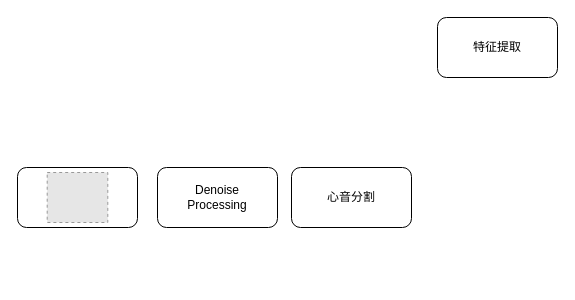
lhwjsj/Diagram keeps this draw.io diagram as 颈动脉心音.drawio. Above is the earlier version. Source tidied: cells renumbered, new cells numbered last; positions are measured from the earlier drawing's top-left corner, leaving out a move shared by most shapes. Both pictures are drawn from the tidied source at 100%, with x=0, y=0 at pixel (17, 17). Pictures stored in the file or linked from it are replaced by grey dashed boxes.
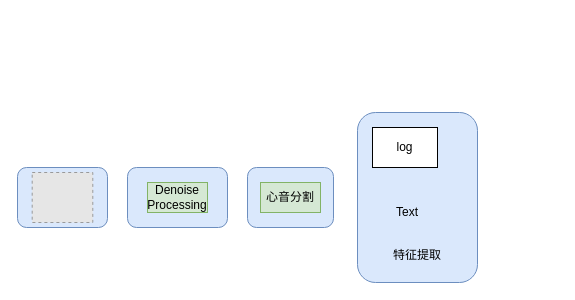
Above is the later version.

Commit message (it also covers changes not shown here):
更新颈动脉心音.drawio

The edit, as a diff of the source:
```diff
@@
 <mxGraphModel>
   <root>
     <mxCell id="0" />
     <mxCell id="1" parent="0" />
-    <mxCell id="2" style="rounded=1;whiteSpace=wrap;html=1;" parent="1" vertex="1">
-      <mxGeometry y="150" width="120" height="60" as="geometry" />
+    <mxCell id="2" style="rounded=1;whiteSpace=wrap;html=1;fillColor=#dae8fc;strokeColor=#6c8ebf;" parent="1" vertex="1">
+      <mxGeometry y="150" width="90" height="60" as="geometry" />
     </mxCell>
     <mxCell id="3" style="fillColor=#E6E6E6;strokeColor=#999999;dashed=1;verticalLabelPosition=bottom;labelBackgroundColor=default;verticalAlign=top;" parent="1" vertex="1">
-      <mxGeometry x="29.7" y="155" width="60.6" height="50" as="geometry" />
+      <mxGeometry x="14.7" y="155" width="60.6" height="50" as="geometry" />
     </mxCell>
-    <mxCell id="4" style="rounded=1;whiteSpace=wrap;html=1;" parent="1" vertex="1">
-      <mxGeometry x="140" y="150" width="120" height="60" as="geometry" />
+    <mxCell id="4" style="rounded=1;whiteSpace=wrap;html=1;fillColor=#dae8fc;strokeColor=#6c8ebf;" parent="1" vertex="1">
+      <mxGeometry x="110" y="150" width="100" height="60" as="geometry" />
     </mxCell>
-    <mxCell id="5" value="Denoise Processing" style="text;html=1;align=center;verticalAlign=middle;whiteSpace=wrap;rounded=0;" parent="1" vertex="1">
-      <mxGeometry x="170" y="165" width="60" height="30" as="geometry" />
+    <mxCell id="5" value="Denoise Processing" style="text;html=1;align=center;verticalAlign=middle;whiteSpace=wrap;rounded=0;fillColor=#d5e8d4;strokeColor=#82b366;" parent="1" vertex="1">
+      <mxGeometry x="130" y="165" width="60" height="30" as="geometry" />
     </mxCell>
-    <mxCell id="6" style="rounded=1;whiteSpace=wrap;html=1;" parent="1" vertex="1">
-      <mxGeometry x="274" y="150" width="120" height="60" as="geometry" />
+    <mxCell id="6" style="rounded=1;whiteSpace=wrap;html=1;fillColor=#dae8fc;strokeColor=#6c8ebf;" parent="1" vertex="1">
+      <mxGeometry x="230" y="150" width="86" height="60" as="geometry" />
     </mxCell>
-    <mxCell id="7" value="心音分割" style="text;html=1;align=center;verticalAlign=middle;whiteSpace=wrap;rounded=0;" parent="1" vertex="1">
-      <mxGeometry x="304" y="165" width="60" height="30" as="geometry" />
+    <mxCell id="7" value="心音分割" style="text;html=1;align=center;verticalAlign=middle;whiteSpace=wrap;rounded=0;fillColor=#d5e8d4;strokeColor=#82b366;" parent="1" vertex="1">
+      <mxGeometry x="243" y="165" width="60" height="30" as="geometry" />
     </mxCell>
-    <mxCell id="8" style="rounded=1;whiteSpace=wrap;html=1;" parent="1" vertex="1">
-      <mxGeometry x="420" width="120" height="60" as="geometry" />
+    <mxCell id="8" style="rounded=1;whiteSpace=wrap;html=1;fillColor=#dae8fc;strokeColor=#6c8ebf;" parent="1" vertex="1">
+      <mxGeometry x="340" y="95" width="120" height="170" as="geometry" />
     </mxCell>
     <mxCell id="9" value="特征提取" style="text;html=1;align=center;verticalAlign=middle;whiteSpace=wrap;rounded=0;" parent="1" vertex="1">
-      <mxGeometry x="450" y="15" width="60" height="30" as="geometry" />
+      <mxGeometry x="355" y="220" width="90" height="35" as="geometry" />
     </mxCell>
+    <mxCell id="10" value="log" style="rounded=0;whiteSpace=wrap;html=1;" parent="1" vertex="1">
+      <mxGeometry x="355" y="110" width="65" height="40" as="geometry" />
+    </mxCell>
+    <mxCell id="11" value="Text" style="text;html=1;align=center;verticalAlign=middle;whiteSpace=wrap;rounded=0;" parent="1" vertex="1">
+      <mxGeometry x="360" y="180" width="60" height="30" as="geometry" />
+    </mxCell>
   </root>
 </mxGraphModel>
```
